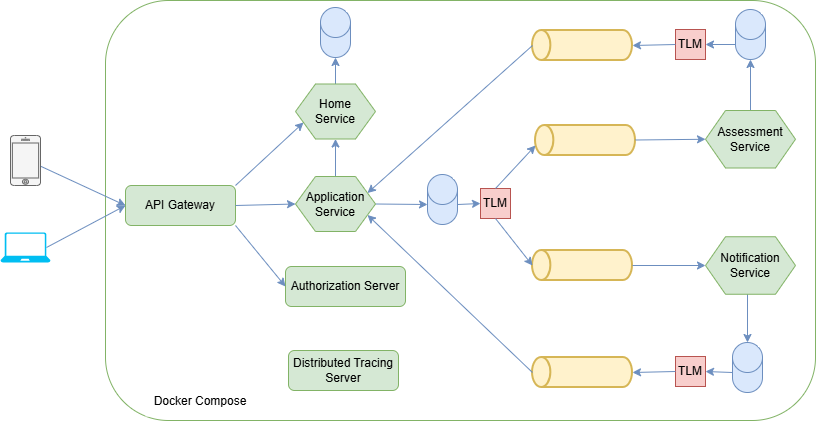
Above: 02-architecture/02-logical-components-docker.png in huynm20051990/loan-origination-system (draw.io), before the change. Source tidied: cells renumbered, new cells last; positions are measured from the earlier drawing's top-left corner, leaving out a move shared by most shapes.
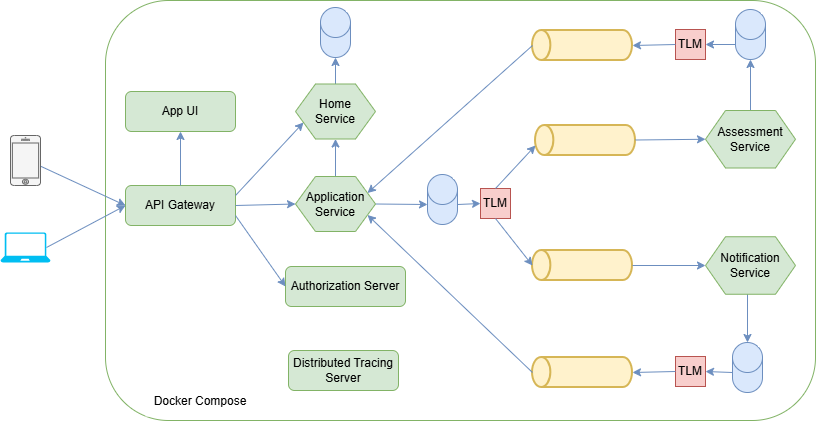
After the commit.

Commit message:
Update High Level Design diagram

What changed in the source:
```diff
@@ -20,7 +20,7 @@
     <mxCell id="7" value="Docker Compose" style="text;html=1;align=center;verticalAlign=middle;whiteSpace=wrap;rounded=0;fillColor=default;" parent="1" vertex="1">
       <mxGeometry x="145" y="386" width="110" height="30" as="geometry" />
     </mxCell>
-    <mxCell id="8" style="endArrow=classic;html=1;rounded=0;fillColor=#dae8fc;strokeColor=#6c8ebf;exitX=1;exitY=0;exitDx=0;exitDy=0;entryX=0;entryY=0.75;entryDx=0;entryDy=0;" parent="1" edge="1" source="5" target="40">
+    <mxCell id="8" style="endArrow=classic;html=1;rounded=0;fillColor=#dae8fc;strokeColor=#6c8ebf;exitX=1;exitY=0.25;exitDx=0;exitDy=0;entryX=0;entryY=0.75;entryDx=0;entryDy=0;" parent="1" edge="1" source="5" target="40">
       <mxGeometry relative="1" as="geometry" />
     </mxCell>
     <mxCell id="9" style="endArrow=classic;html=1;rounded=0;entryX=0;entryY=0.5;entryDx=0;entryDy=0;fillColor=#dae8fc;strokeColor=#6c8ebf;" parent="1" edge="1" target="39">
@@ -48,10 +48,8 @@
     <mxCell id="15" value="Distributed Tracing Server" style="rounded=1;whiteSpace=wrap;html=1;fillColor=#d5e8d4;strokeColor=#82b366;" parent="1" vertex="1">
       <mxGeometry x="288" y="350" width="110" height="40" as="geometry" />
     </mxCell>
-    <mxCell id="16" style="endArrow=classic;html=1;rounded=0;fillColor=#dae8fc;strokeColor=#6c8ebf;entryX=0;entryY=0.5;entryDx=0;entryDy=0;" parent="1" edge="1" target="6">
-      <mxGeometry relative="1" as="geometry">
-        <mxPoint x="235" y="225" as="sourcePoint" />
-      </mxGeometry>
+    <mxCell id="16" style="endArrow=classic;html=1;rounded=0;fillColor=#dae8fc;strokeColor=#6c8ebf;entryX=0;entryY=0.5;entryDx=0;entryDy=0;exitX=1;exitY=0.75;exitDx=0;exitDy=0;" parent="1" edge="1" source="5" target="6">
+      <mxGeometry relative="1" as="geometry" />
     </mxCell>
     <mxCell id="17" style="shape=cylinder3;whiteSpace=wrap;html=1;boundedLbl=1;backgroundOutline=1;size=15;fillColor=#dae8fc;strokeColor=#6c8ebf;" parent="1" vertex="1">
       <mxGeometry x="320" y="7" width="30" height="50" as="geometry" />
@@ -143,5 +141,11 @@
     <mxCell id="44" style="verticalLabelPosition=bottom;html=1;verticalAlign=top;align=center;strokeColor=none;fillColor=#00BEF2;shape=mxgraph.azure.laptop;" parent="1" vertex="1">
       <mxGeometry y="232" width="50" height="30" as="geometry" />
     </mxCell>
+    <mxCell id="45" value="App UI" style="rounded=1;whiteSpace=wrap;html=1;fillColor=#d5e8d4;strokeColor=#82b366;" parent="1" vertex="1">
+      <mxGeometry x="125" y="91" width="110" height="40" as="geometry" />
+    </mxCell>
+    <mxCell id="46" style="endArrow=classic;html=1;rounded=0;fillColor=#dae8fc;strokeColor=#6c8ebf;exitX=0.5;exitY=0;exitDx=0;exitDy=0;entryX=0.5;entryY=1;entryDx=0;entryDy=0;" parent="1" edge="1" source="5" target="45">
+      <mxGeometry relative="1" as="geometry" />
+    </mxCell>
   </root>
 </mxGraphModel>
```
